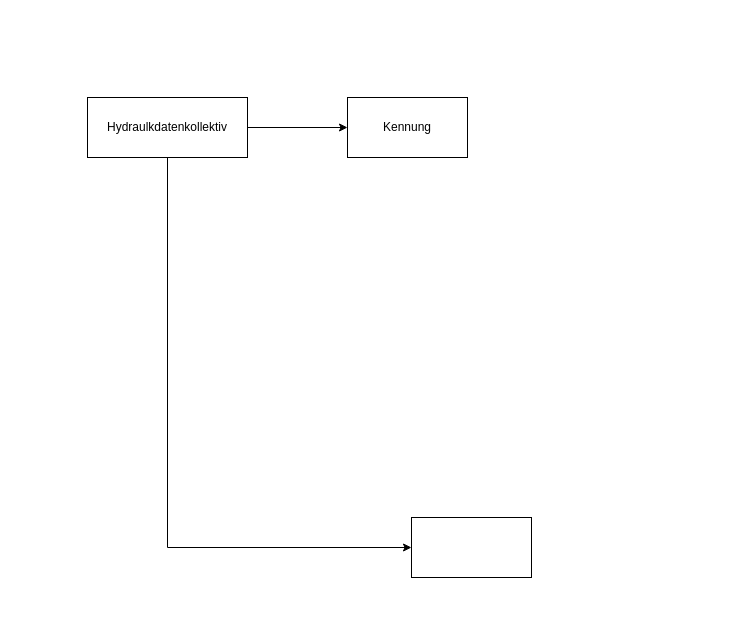
Before: grobwasser.drawio in simonwb123/BA-ISYBAU, a draw.io diagram. Source tidied: cells renumbered, new cells numbered last; positions are measured from the earlier drawing's top-left corner, leaving out a move shared by most shapes. Both pictures are drawn from the tidied source at 100%, with x=0, y=0 at pixel (87, 97).
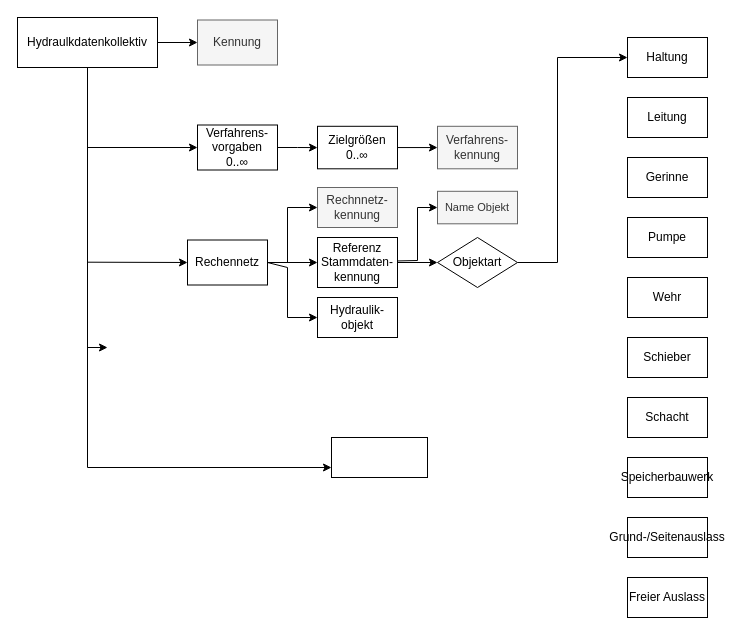
After the change.

The edit, as a diff of the source:
```diff
@@
-    <mxCell id="2" style="edgeStyle=orthogonalEdgeStyle;rounded=0;jettySize=auto;html=1;" parent="1" edge="1" source="4" target="5">
+    <mxCell id="2" style="edgeStyle=orthogonalEdgeStyle;rounded=0;jettySize=auto;html=1;entryX=0;entryY=0.5;entryDx=0;entryDy=0;" parent="1" edge="1" source="4" target="5">
       <mxGeometry relative="1" as="geometry" />
     </mxCell>
     <mxCell id="3" style="edgeStyle=orthogonalEdgeStyle;rounded=0;jettySize=auto;html=1;" parent="1" edge="1" source="4" target="6">
       <mxGeometry relative="1" as="geometry">
         <Array as="points">
-          <mxPoint x="80" y="450" />
+          <mxPoint y="370" />
         </Array>
       </mxGeometry>
     </mxCell>
-    <mxCell id="4" value="Hydraulkdatenkollektiv" style="rounded=0;whiteSpace=wrap;html=1;" parent="1" vertex="1">
-      <mxGeometry width="160" height="60" as="geometry" />
+    <mxCell id="4" value="Hydraulkdatenkollektiv" style="rounded=0;whiteSpace=wrap;html=1;fontFamily=Latin Modern;" parent="1" vertex="1">
+      <mxGeometry x="-70" y="-80" width="140" height="50" as="geometry" />
     </mxCell>
+    <mxCell id="6" style="rounded=0;whiteSpace=wrap;html=1;" parent="1" vertex="1">
+      <mxGeometry x="244" y="340" width="96" height="40" as="geometry" />
+    </mxCell>
+    <mxCell id="7" style="edgeStyle=orthogonalEdgeStyle;rounded=0;jettySize=auto;html=1;" parent="1" edge="1" source="8" target="13">
+      <mxGeometry relative="1" as="geometry" />
+    </mxCell>
+    <mxCell id="8" value="&lt;div&gt;Verfahrens-vorgaben&lt;/div&gt;&lt;div&gt;0..∞&lt;/div&gt;" style="rounded=0;whiteSpace=wrap;html=1;fontFamily=Latin Modern;" parent="1" vertex="1">
+      <mxGeometry x="110" y="27.5" width="80" height="45" as="geometry" />
+    </mxCell>
+    <mxCell id="9" style="endArrow=classic;html=1;rounded=0;entryX=0;entryY=0.5;entryDx=0;entryDy=0;" parent="1" edge="1" target="8">
+      <mxGeometry relative="1" as="geometry">
+        <mxPoint y="50" as="sourcePoint" />
+      </mxGeometry>
+    </mxCell>
+    <mxCell id="10" style="endArrow=classic;html=1;rounded=0;" parent="1" edge="1">
+      <mxGeometry relative="1" as="geometry">
+        <mxPoint y="250" as="sourcePoint" />
+        <mxPoint x="20" y="250" as="targetPoint" />
+      </mxGeometry>
+    </mxCell>
+    <mxCell id="11" style="endArrow=classic;html=1;rounded=0;entryX=0;entryY=0.5;entryDx=0;entryDy=0;" parent="1" edge="1" target="16">
+      <mxGeometry relative="1" as="geometry">
+        <mxPoint y="164.7" as="sourcePoint" />
+      </mxGeometry>
+    </mxCell>
+    <mxCell id="12" style="edgeStyle=orthogonalEdgeStyle;rounded=0;jettySize=auto;html=1;" parent="1" edge="1" source="13" target="14">
+      <mxGeometry relative="1" as="geometry" />
+    </mxCell>
+    <mxCell id="13" value="&lt;div&gt;Zielgrößen&lt;/div&gt;&lt;div&gt;0..∞&lt;/div&gt;" style="rounded=0;whiteSpace=wrap;html=1;fontFamily=Latin Modern;" parent="1" vertex="1">
+      <mxGeometry x="230" y="28.8" width="80" height="42.5" as="geometry" />
+    </mxCell>
+    <mxCell id="14" value="&lt;div&gt;&lt;font style=&quot;font-size: 12px;&quot;&gt;Verfahrens-&lt;/font&gt;&lt;/div&gt;&lt;div&gt;&lt;font style=&quot;font-size: 12px;&quot;&gt;kennung&lt;/font&gt;&lt;/div&gt;" style="rounded=0;whiteSpace=wrap;html=1;fontFamily=Latin Modern;fontSize=11;fillColor=#f5f5f5;fontColor=#333333;strokeColor=#666666;" parent="1" vertex="1">
+      <mxGeometry x="350" y="28.8" width="80" height="42.5" as="geometry" />
+    </mxCell>
-    <mxCell id="5" value="&lt;div&gt;Kennung&lt;/div&gt;" style="whiteSpace=wrap;html=1;rounded=0;" parent="1" vertex="1">
-      <mxGeometry x="260" width="120" height="60" as="geometry" />
+    <mxCell id="5" value="&lt;div&gt;Kennung&lt;/div&gt;" style="rounded=0;whiteSpace=wrap;html=1;fontFamily=Latin Modern;fillColor=#f5f5f5;fontColor=#333333;strokeColor=#666666;" parent="1" vertex="1">
+      <mxGeometry x="110" y="-77.5" width="80" height="45" as="geometry" />
     </mxCell>
-    <mxCell id="6" style="rounded=0;whiteSpace=wrap;html=1;" parent="1" vertex="1">
-      <mxGeometry x="324" y="420" width="120" height="60" as="geometry" />
-    </mxCell>
+    <mxCell id="15" style="edgeStyle=orthogonalEdgeStyle;rounded=0;jettySize=auto;html=1;" parent="1" edge="1" source="16" target="18">
+      <mxGeometry relative="1" as="geometry" />
+    </mxCell>
+    <mxCell id="16" value="&lt;div&gt;Rechennetz&lt;/div&gt;" style="rounded=0;whiteSpace=wrap;html=1;fontFamily=Latin Modern;" parent="1" vertex="1">
+      <mxGeometry x="100" y="142.5" width="80" height="45" as="geometry" />
+    </mxCell>
+    <mxCell id="17" style="edgeStyle=orthogonalEdgeStyle;rounded=0;jettySize=auto;html=1;exitX=1;exitY=0.5;exitDx=0;exitDy=0;" parent="1" edge="1" source="18" target="24">
+      <mxGeometry relative="1" as="geometry" />
+    </mxCell>
+    <mxCell id="18" value="&lt;div&gt;Referenz &lt;br&gt;&lt;/div&gt;&lt;div&gt;Stammdaten-&lt;/div&gt;&lt;div&gt;kennung&lt;/div&gt;" style="rounded=0;whiteSpace=wrap;html=1;fontFamily=Latin Modern;" parent="1" vertex="1">
+      <mxGeometry x="230" y="140" width="80" height="50" as="geometry" />
+    </mxCell>
+    <mxCell id="19" value="&lt;div&gt;Hydraulik-&lt;/div&gt;&lt;div&gt;objekt&lt;/div&gt;" style="rounded=0;whiteSpace=wrap;html=1;fontFamily=Latin Modern;" parent="1" vertex="1">
+      <mxGeometry x="230" y="200" width="80" height="40" as="geometry" />
+    </mxCell>
+    <mxCell id="20" value="&lt;div&gt;Rechnnetz-&lt;/div&gt;&lt;div&gt;kennung&lt;/div&gt;" style="rounded=0;whiteSpace=wrap;html=1;fontFamily=Latin Modern;fillColor=#f5f5f5;fontColor=#333333;strokeColor=#666666;" parent="1" vertex="1">
+      <mxGeometry x="230" y="90" width="80" height="40" as="geometry" />
+    </mxCell>
+    <mxCell id="21" style="endArrow=classic;html=1;rounded=0;entryX=0;entryY=0.5;entryDx=0;entryDy=0;exitX=1;exitY=0.5;exitDx=0;exitDy=0;" parent="1" edge="1" source="16" target="20">
+      <mxGeometry relative="1" as="geometry">
+        <Array as="points">
+          <mxPoint x="200" y="165" />
+          <mxPoint x="200" y="110" />
+        </Array>
+      </mxGeometry>
+    </mxCell>
+    <mxCell id="22" style="endArrow=classic;html=1;rounded=0;exitX=1;exitY=0.5;exitDx=0;exitDy=0;entryX=0;entryY=0.5;entryDx=0;entryDy=0;" parent="1" edge="1" source="16" target="19">
+      <mxGeometry relative="1" as="geometry">
+        <Array as="points">
+          <mxPoint x="200" y="170" />
+          <mxPoint x="200" y="220" />
+        </Array>
+      </mxGeometry>
+    </mxCell>
+    <mxCell id="23" style="edgeStyle=orthogonalEdgeStyle;rounded=0;jettySize=auto;html=1;" parent="1" edge="1" source="24" target="25">
+      <mxGeometry relative="1" as="geometry">
+        <Array as="points">
+          <mxPoint x="470" y="165" />
+          <mxPoint x="470" y="-40" />
+        </Array>
+      </mxGeometry>
+    </mxCell>
+    <mxCell id="24" value="Objektart" style="shape=rhombus;html=1;dashed=0;whiteSpace=wrap;perimeter=rhombusPerimeter;fontFamily=Latin Modern;" parent="1" vertex="1">
+      <mxGeometry x="350" y="140" width="80" height="50" as="geometry" />
+    </mxCell>
+    <mxCell id="25" value="Haltung" style="rounded=0;whiteSpace=wrap;html=1;fontFamily=Latin Modern;" parent="1" vertex="1">
+      <mxGeometry x="540" y="-60" width="80" height="40" as="geometry" />
+    </mxCell>
+    <mxCell id="26" value="&lt;div&gt;Leitung&lt;/div&gt;" style="rounded=0;whiteSpace=wrap;html=1;fontFamily=Latin Modern;" parent="1" vertex="1">
+      <mxGeometry x="540" width="80" height="40" as="geometry" />
+    </mxCell>
+    <mxCell id="27" value="&lt;div&gt;Gerinne&lt;/div&gt;" style="rounded=0;whiteSpace=wrap;html=1;fontFamily=Latin Modern;" parent="1" vertex="1">
+      <mxGeometry x="540" y="60" width="80" height="40" as="geometry" />
+    </mxCell>
+    <mxCell id="28" value="Pumpe" style="rounded=0;whiteSpace=wrap;html=1;fontFamily=Latin Modern;" parent="1" vertex="1">
+      <mxGeometry x="540" y="120" width="80" height="40" as="geometry" />
+    </mxCell>
+    <mxCell id="29" value="Wehr" style="rounded=0;whiteSpace=wrap;html=1;fontFamily=Latin Modern;" parent="1" vertex="1">
+      <mxGeometry x="540" y="180" width="80" height="40" as="geometry" />
+    </mxCell>
+    <mxCell id="30" value="Schieber" style="rounded=0;whiteSpace=wrap;html=1;fontFamily=Latin Modern;" parent="1" vertex="1">
+      <mxGeometry x="540" y="240" width="80" height="40" as="geometry" />
+    </mxCell>
+    <mxCell id="31" value="Schacht" style="rounded=0;whiteSpace=wrap;html=1;fontFamily=Latin Modern;" parent="1" vertex="1">
+      <mxGeometry x="540" y="300" width="80" height="40" as="geometry" />
+    </mxCell>
+    <mxCell id="32" value="Speicherbauwerk" style="rounded=0;whiteSpace=wrap;html=1;fontFamily=Latin Modern;" parent="1" vertex="1">
+      <mxGeometry x="540" y="360" width="80" height="40" as="geometry" />
+    </mxCell>
+    <mxCell id="33" value="Name Objekt" style="rounded=0;whiteSpace=wrap;html=1;fontFamily=Latin Modern;fontSize=11;fillColor=#f5f5f5;fontColor=#333333;strokeColor=#666666;" parent="1" vertex="1">
+      <mxGeometry x="350" y="93.8" width="80" height="32.5" as="geometry" />
+    </mxCell>
+    <mxCell id="34" style="endArrow=classic;html=1;rounded=0;exitX=1.004;exitY=0.469;exitDx=0;exitDy=0;exitPerimeter=0;" parent="1" edge="1" source="18" target="33">
+      <mxGeometry relative="1" as="geometry">
+        <Array as="points">
+          <mxPoint x="330" y="163" />
+          <mxPoint x="330" y="110" />
+        </Array>
+      </mxGeometry>
+    </mxCell>
+    <mxCell id="35" value="Grund-/Seitenauslass" style="rounded=0;whiteSpace=wrap;html=1;fontFamily=Latin Modern;" parent="1" vertex="1">
+      <mxGeometry x="540" y="420" width="80" height="40" as="geometry" />
+    </mxCell>
+    <mxCell id="36" value="Freier Auslass" style="rounded=0;whiteSpace=wrap;html=1;fontFamily=Latin Modern;" parent="1" vertex="1">
+      <mxGeometry x="540" y="480" width="80" height="40" as="geometry" />
+    </mxCell>
```
